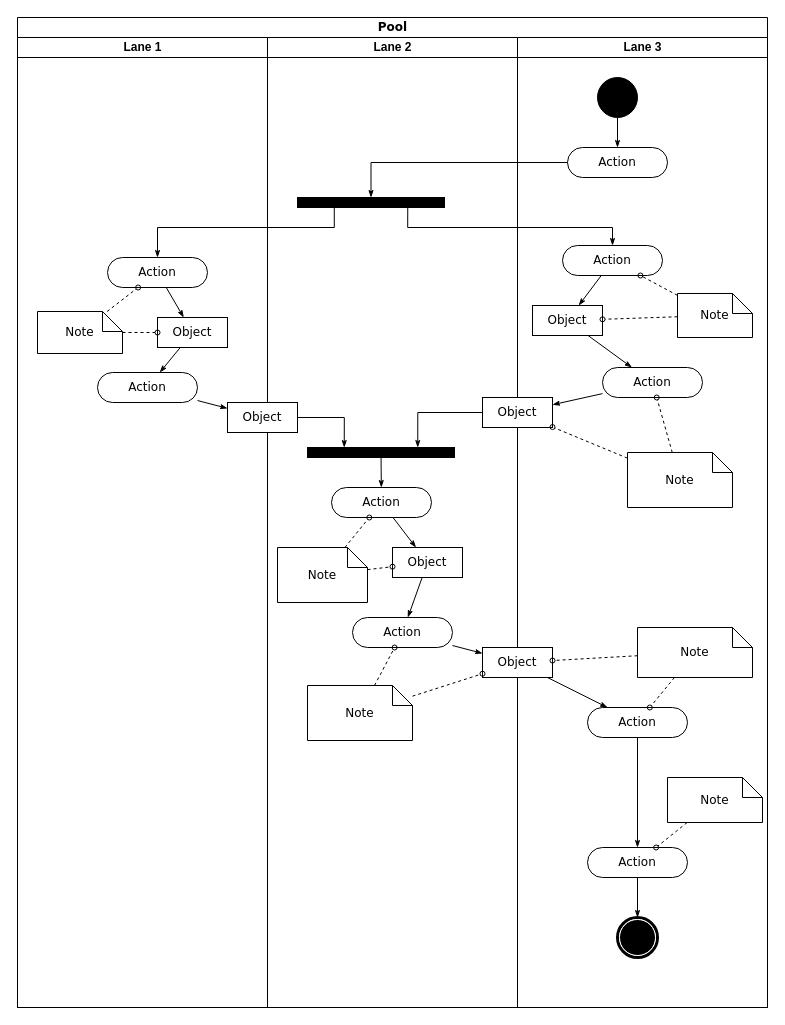
Above: Untitled Diagram.drawio in shamarnelson/COMP214O-Project (draw.io), before the change. Source tidied: cells renumbered, new cells numbered last; positions are measured from the earlier drawing's top-left corner, leaving out a move shared by most shapes. Both pictures are drawn from the tidied source at 100%, with x=0, y=0 at pixel (17, 17).
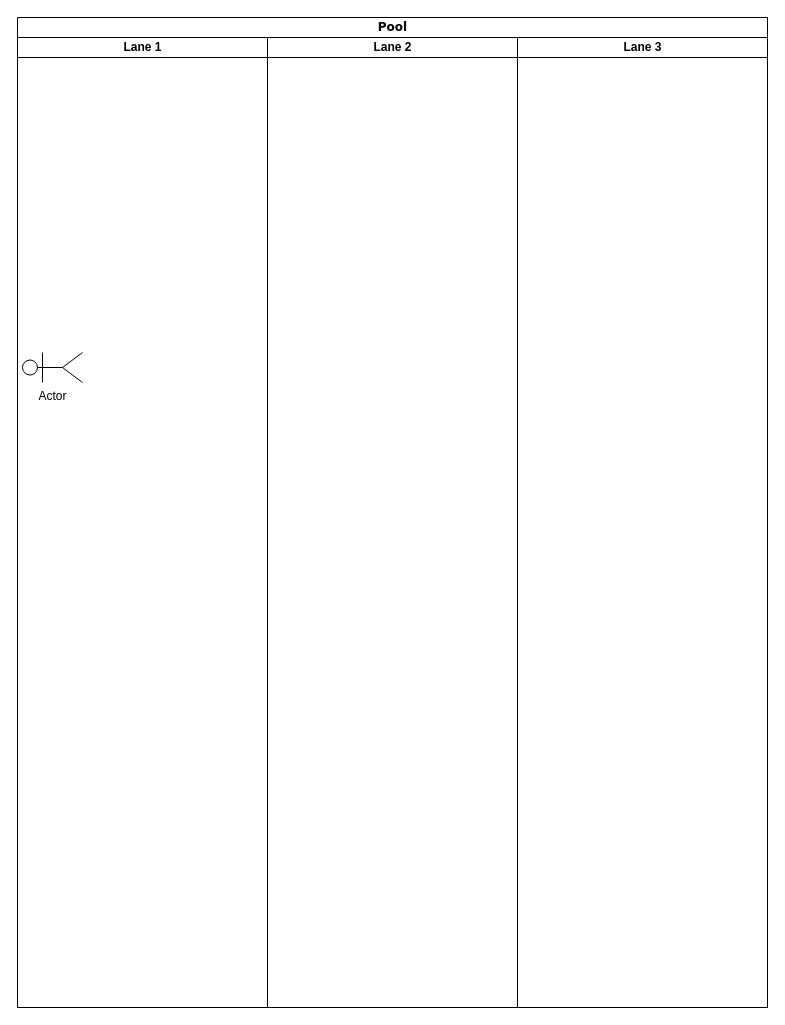
The same page after the edit.

Commit message:
Edited Use Case Diagram

Unchanged cells that the change refers to:
```xml
<mxCell id="2" value="Pool" style="swimlane;html=1;startSize=20;rounded=0;shadow=0;comic=0;labelBackgroundColor=none;strokeWidth=1;fontFamily=Verdana;fontSize=12;align=center;" parent="1" vertex="1">
  <mxGeometry width="750" height="990" as="geometry" />
</mxCell>
<mxCell id="3" value="Lane 1" style="swimlane;html=1;startSize=20;" parent="2" vertex="1">
  <mxGeometry y="20" width="250" height="970" as="geometry" />
</mxCell>
<mxCell id="12" value="Lane 2" style="swimlane;html=1;startSize=20;" parent="2" vertex="1">
  <mxGeometry x="250" y="20" width="250" height="970" as="geometry" />
</mxCell>
<mxCell id="28" value="Lane 3" style="swimlane;html=1;startSize=20;" parent="2" vertex="1">
  <mxGeometry x="500" y="20" width="250" height="970" as="geometry" />
</mxCell>
```

Change to the diagram source:
```diff
@@
-    <mxCell id="4" style="edgeStyle=none;rounded=0;html=1;labelBackgroundColor=none;startArrow=none;startFill=0;startSize=5;endArrow=classicThin;endFill=1;endSize=5;jettySize=auto;strokeWidth=1;fontFamily=Verdana;fontSize=12;" parent="3" edge="1" source="5" target="8">
-      <mxGeometry relative="1" as="geometry" />
-    </mxCell>
-    <mxCell id="5" value="Action" style="rounded=1;whiteSpace=wrap;html=1;shadow=0;comic=0;labelBackgroundColor=none;strokeWidth=1;fontFamily=Verdana;fontSize=12;align=center;arcSize=50;" parent="3" vertex="1">
-      <mxGeometry x="90" y="220" width="100" height="30" as="geometry" />
-    </mxCell>
-    <mxCell id="6" value="Action" style="rounded=1;whiteSpace=wrap;html=1;shadow=0;comic=0;labelBackgroundColor=none;strokeWidth=1;fontFamily=Verdana;fontSize=12;align=center;arcSize=50;" parent="3" vertex="1">
-      <mxGeometry x="80" y="335" width="100" height="30" as="geometry" />
-    </mxCell>
-    <mxCell id="7" style="edgeStyle=none;rounded=0;html=1;labelBackgroundColor=none;startArrow=none;startFill=0;startSize=5;endArrow=classicThin;endFill=1;endSize=5;jettySize=auto;strokeWidth=1;fontFamily=Verdana;fontSize=12;" parent="3" edge="1" source="8" target="6">
-      <mxGeometry relative="1" as="geometry" />
-    </mxCell>
-    <mxCell id="8" value="Object" style="rounded=0;whiteSpace=wrap;html=1;shadow=0;comic=0;labelBackgroundColor=none;strokeWidth=1;fontFamily=Verdana;fontSize=12;align=center;arcSize=50;" parent="3" vertex="1">
-      <mxGeometry x="140" y="280" width="70" height="30" as="geometry" />
-    </mxCell>
-    <mxCell id="9" style="edgeStyle=none;rounded=0;html=1;labelBackgroundColor=none;startArrow=none;startFill=0;startSize=5;endArrow=oval;endFill=0;endSize=5;jettySize=auto;strokeWidth=1;fontFamily=Verdana;fontSize=12;dashed=1;" parent="3" edge="1" source="11" target="5">
-      <mxGeometry relative="1" as="geometry" />
-    </mxCell>
-    <mxCell id="10" style="edgeStyle=none;rounded=0;html=1;dashed=1;labelBackgroundColor=none;startArrow=none;startFill=0;startSize=5;endArrow=oval;endFill=0;endSize=5;jettySize=auto;strokeWidth=1;fontFamily=Verdana;fontSize=12;" parent="3" edge="1" source="11" target="8">
-      <mxGeometry relative="1" as="geometry" />
-    </mxCell>
-    <mxCell id="11" value="Note" style="shape=note;whiteSpace=wrap;html=1;rounded=0;shadow=0;comic=0;labelBackgroundColor=none;strokeWidth=1;fontFamily=Verdana;fontSize=12;align=center;size=20;" parent="3" vertex="1">
-      <mxGeometry x="20" y="274" width="85" height="42" as="geometry" />
-    </mxCell>
+    <mxCell id="64" value="Actor" style="shape=umlActor;verticalLabelPosition=bottom;verticalAlign=top;html=1;direction=north;" parent="3" vertex="1">
+      <mxGeometry x="5" y="315" width="60" height="30" as="geometry" />
+    </mxCell>
@@
-    <mxCell id="13" style="whiteSpace=wrap;html=1;rounded=0;shadow=0;comic=0;labelBackgroundColor=none;strokeWidth=1;fillColor=#000000;fontFamily=Verdana;fontSize=12;align=center;rotation=0;" parent="12" vertex="1">
-      <mxGeometry x="30" y="160" width="147" height="10" as="geometry" />
-    </mxCell>
-    <mxCell id="14" style="edgeStyle=none;rounded=0;html=1;labelBackgroundColor=none;startArrow=none;startFill=0;startSize=5;endArrow=classicThin;endFill=1;endSize=5;jettySize=auto;strokeWidth=1;fontFamily=Verdana;fontSize=12;" parent="12" edge="1" source="15" target="21">
-      <mxGeometry relative="1" as="geometry" />
-    </mxCell>
-    <mxCell id="15" value="Action" style="rounded=1;whiteSpace=wrap;html=1;shadow=0;comic=0;labelBackgroundColor=none;strokeWidth=1;fontFamily=Verdana;fontSize=12;align=center;arcSize=50;" parent="12" vertex="1">
-      <mxGeometry x="64" y="450" width="100" height="30" as="geometry" />
-    </mxCell>
-    <mxCell id="16" style="edgeStyle=none;rounded=0;html=1;labelBackgroundColor=none;startArrow=none;startFill=0;startSize=5;endArrow=classicThin;endFill=1;endSize=5;jettySize=auto;strokeWidth=1;fontFamily=Verdana;fontSize=12;" parent="12" edge="1" source="17" target="15">
-      <mxGeometry relative="1" as="geometry" />
-    </mxCell>
-    <mxCell id="17" style="whiteSpace=wrap;html=1;rounded=0;shadow=0;comic=0;labelBackgroundColor=none;strokeWidth=1;fillColor=#000000;fontFamily=Verdana;fontSize=12;align=center;rotation=0;" parent="12" vertex="1">
-      <mxGeometry x="40" y="410" width="147" height="10" as="geometry" />
-    </mxCell>
-    <mxCell id="18" style="edgeStyle=orthogonalEdgeStyle;rounded=0;html=1;entryX=0.25;entryY=0;labelBackgroundColor=none;startArrow=none;startFill=0;startSize=5;endArrow=classicThin;endFill=1;endSize=5;jettySize=auto;strokeWidth=1;fontFamily=Verdana;fontSize=12;" parent="12" edge="1" source="19" target="17">
-      <mxGeometry relative="1" as="geometry" />
-    </mxCell>
-    <mxCell id="19" value="Object" style="rounded=0;whiteSpace=wrap;html=1;shadow=0;comic=0;labelBackgroundColor=none;strokeWidth=1;fontFamily=Verdana;fontSize=12;align=center;arcSize=50;" parent="12" vertex="1">
-      <mxGeometry x="-40" y="365" width="70" height="30" as="geometry" />
-    </mxCell>
-    <mxCell id="20" style="edgeStyle=none;rounded=0;html=1;labelBackgroundColor=none;startArrow=none;startFill=0;startSize=5;endArrow=classicThin;endFill=1;endSize=5;jettySize=auto;strokeWidth=1;fontFamily=Verdana;fontSize=12;" parent="12" edge="1" source="21" target="22">
-      <mxGeometry relative="1" as="geometry" />
-    </mxCell>
-    <mxCell id="21" value="Object" style="rounded=0;whiteSpace=wrap;html=1;shadow=0;comic=0;labelBackgroundColor=none;strokeWidth=1;fontFamily=Verdana;fontSize=12;align=center;arcSize=50;" parent="12" vertex="1">
-      <mxGeometry x="125" y="510" width="70" height="30" as="geometry" />
-    </mxCell>
-    <mxCell id="22" value="Action" style="rounded=1;whiteSpace=wrap;html=1;shadow=0;comic=0;labelBackgroundColor=none;strokeWidth=1;fontFamily=Verdana;fontSize=12;align=center;arcSize=50;" parent="12" vertex="1">
-      <mxGeometry x="85" y="580" width="100" height="30" as="geometry" />
-    </mxCell>
-    <mxCell id="23" style="edgeStyle=none;rounded=0;html=1;dashed=1;labelBackgroundColor=none;startArrow=none;startFill=0;startSize=5;endArrow=oval;endFill=0;endSize=5;jettySize=auto;strokeWidth=1;fontFamily=Verdana;fontSize=12;" parent="12" edge="1" source="25" target="15">
-      <mxGeometry relative="1" as="geometry" />
-    </mxCell>
-    <mxCell id="24" style="edgeStyle=none;rounded=0;html=1;dashed=1;labelBackgroundColor=none;startArrow=none;startFill=0;startSize=5;endArrow=oval;endFill=0;endSize=5;jettySize=auto;strokeWidth=1;fontFamily=Verdana;fontSize=12;" parent="12" edge="1" source="25" target="21">
-      <mxGeometry relative="1" as="geometry" />
-    </mxCell>
-    <mxCell id="25" value="Note" style="shape=note;whiteSpace=wrap;html=1;rounded=0;shadow=0;comic=0;labelBackgroundColor=none;strokeWidth=1;fontFamily=Verdana;fontSize=12;align=center;size=20;" parent="12" vertex="1">
-      <mxGeometry x="10" y="510" width="90" height="55" as="geometry" />
-    </mxCell>
-    <mxCell id="26" style="edgeStyle=none;rounded=0;html=1;dashed=1;labelBackgroundColor=none;startArrow=none;startFill=0;startSize=5;endArrow=oval;endFill=0;endSize=5;jettySize=auto;strokeWidth=1;fontFamily=Verdana;fontSize=12;" parent="12" edge="1" source="27" target="22">
-      <mxGeometry relative="1" as="geometry" />
-    </mxCell>
-    <mxCell id="27" value="Note" style="shape=note;whiteSpace=wrap;html=1;rounded=0;shadow=0;comic=0;labelBackgroundColor=none;strokeWidth=1;fontFamily=Verdana;fontSize=12;align=center;size=20;" parent="12" vertex="1">
-      <mxGeometry x="40" y="648" width="105" height="55" as="geometry" />
-    </mxCell>
@@
-    <mxCell id="29" style="edgeStyle=orthogonalEdgeStyle;rounded=0;html=1;labelBackgroundColor=none;startArrow=none;startFill=0;startSize=5;endArrow=classicThin;endFill=1;endSize=5;jettySize=auto;strokeWidth=1;fontFamily=Verdana;fontSize=12;" parent="28" edge="1" source="30" target="31">
-      <mxGeometry relative="1" as="geometry" />
-    </mxCell>
-    <mxCell id="30" style="ellipse;whiteSpace=wrap;html=1;rounded=0;shadow=0;comic=0;labelBackgroundColor=none;strokeWidth=1;fillColor=#000000;fontFamily=Verdana;fontSize=12;align=center;" parent="28" vertex="1">
-      <mxGeometry x="80" y="40" width="40" height="40" as="geometry" />
-    </mxCell>
-    <mxCell id="31" value="Action" style="rounded=1;whiteSpace=wrap;html=1;shadow=0;comic=0;labelBackgroundColor=none;strokeWidth=1;fontFamily=Verdana;fontSize=12;align=center;arcSize=50;" parent="28" vertex="1">
-      <mxGeometry x="50" y="110" width="100" height="30" as="geometry" />
-    </mxCell>
-    <mxCell id="32" style="rounded=0;html=1;labelBackgroundColor=none;startArrow=none;startFill=0;startSize=5;endArrow=classicThin;endFill=1;endSize=5;jettySize=auto;strokeWidth=1;fontFamily=Verdana;fontSize=12;" parent="28" edge="1" source="33" target="37">
-      <mxGeometry relative="1" as="geometry" />
-    </mxCell>
-    <mxCell id="33" value="Action" style="rounded=1;whiteSpace=wrap;html=1;shadow=0;comic=0;labelBackgroundColor=none;strokeWidth=1;fontFamily=Verdana;fontSize=12;align=center;arcSize=50;" parent="28" vertex="1">
-      <mxGeometry x="45" y="208" width="100" height="30" as="geometry" />
-    </mxCell>
-    <mxCell id="34" style="edgeStyle=none;rounded=0;html=1;labelBackgroundColor=none;startArrow=none;startFill=0;startSize=5;endArrow=classicThin;endFill=1;endSize=5;jettySize=auto;strokeWidth=1;fontFamily=Verdana;fontSize=12;" parent="28" edge="1" source="35" target="38">
-      <mxGeometry relative="1" as="geometry" />
-    </mxCell>
-    <mxCell id="35" value="Action" style="rounded=1;whiteSpace=wrap;html=1;shadow=0;comic=0;labelBackgroundColor=none;strokeWidth=1;fontFamily=Verdana;fontSize=12;align=center;arcSize=50;" parent="28" vertex="1">
-      <mxGeometry x="85" y="330" width="100" height="30" as="geometry" />
-    </mxCell>
-    <mxCell id="36" style="edgeStyle=none;rounded=0;html=1;labelBackgroundColor=none;startArrow=none;startFill=0;startSize=5;endArrow=classicThin;endFill=1;endSize=5;jettySize=auto;strokeWidth=1;fontFamily=Verdana;fontSize=12;" parent="28" edge="1" source="37" target="35">
-      <mxGeometry relative="1" as="geometry" />
-    </mxCell>
-    <mxCell id="37" value="Object" style="rounded=0;whiteSpace=wrap;html=1;shadow=0;comic=0;labelBackgroundColor=none;strokeWidth=1;fontFamily=Verdana;fontSize=12;align=center;arcSize=50;" parent="28" vertex="1">
-      <mxGeometry x="15" y="268" width="70" height="30" as="geometry" />
-    </mxCell>
-    <mxCell id="38" value="Object" style="rounded=0;whiteSpace=wrap;html=1;shadow=0;comic=0;labelBackgroundColor=none;strokeWidth=1;fontFamily=Verdana;fontSize=12;align=center;arcSize=50;" parent="28" vertex="1">
-      <mxGeometry x="-35" y="360" width="70" height="30" as="geometry" />
-    </mxCell>
-    <mxCell id="39" style="edgeStyle=none;rounded=0;html=1;labelBackgroundColor=none;startArrow=none;startFill=0;startSize=5;endArrow=classicThin;endFill=1;endSize=5;jettySize=auto;strokeWidth=1;fontFamily=Verdana;fontSize=12;" parent="28" edge="1" source="40" target="42">
-      <mxGeometry relative="1" as="geometry" />
-    </mxCell>
-    <mxCell id="40" value="Object" style="rounded=0;whiteSpace=wrap;html=1;shadow=0;comic=0;labelBackgroundColor=none;strokeWidth=1;fontFamily=Verdana;fontSize=12;align=center;arcSize=50;" parent="28" vertex="1">
-      <mxGeometry x="-35" y="610" width="70" height="30" as="geometry" />
-    </mxCell>
-    <mxCell id="41" style="edgeStyle=none;rounded=0;html=1;labelBackgroundColor=none;startArrow=none;startFill=0;startSize=5;endArrow=classicThin;endFill=1;endSize=5;jettySize=auto;strokeWidth=1;fontFamily=Verdana;fontSize=12;" parent="28" edge="1" source="42" target="44">
-      <mxGeometry relative="1" as="geometry" />
-    </mxCell>
-    <mxCell id="42" value="Action" style="rounded=1;whiteSpace=wrap;html=1;shadow=0;comic=0;labelBackgroundColor=none;strokeWidth=1;fontFamily=Verdana;fontSize=12;align=center;arcSize=50;" parent="28" vertex="1">
-      <mxGeometry x="70" y="670" width="100" height="30" as="geometry" />
-    </mxCell>
-    <mxCell id="43" style="edgeStyle=none;rounded=0;html=1;labelBackgroundColor=none;startArrow=none;startFill=0;startSize=5;endArrow=classicThin;endFill=1;endSize=5;jettySize=auto;strokeWidth=1;fontFamily=Verdana;fontSize=12;" parent="28" edge="1" source="44" target="45">
-      <mxGeometry relative="1" as="geometry" />
-    </mxCell>
-    <mxCell id="44" value="Action" style="rounded=1;whiteSpace=wrap;html=1;shadow=0;comic=0;labelBackgroundColor=none;strokeWidth=1;fontFamily=Verdana;fontSize=12;align=center;arcSize=50;" parent="28" vertex="1">
-      <mxGeometry x="70" y="810" width="100" height="30" as="geometry" />
-    </mxCell>
-    <mxCell id="45" style="shape=mxgraph.bpmn.shape;html=1;verticalLabelPosition=bottom;labelBackgroundColor=#ffffff;verticalAlign=top;perimeter=ellipsePerimeter;outline=end;symbol=terminate;rounded=0;shadow=0;comic=0;strokeWidth=1;fontFamily=Verdana;fontSize=12;align=center;" parent="28" vertex="1">
-      <mxGeometry x="100" y="880" width="40" height="40" as="geometry" />
-    </mxCell>
-    <mxCell id="46" style="edgeStyle=none;rounded=0;html=1;dashed=1;labelBackgroundColor=none;startArrow=none;startFill=0;startSize=5;endArrow=oval;endFill=0;endSize=5;jettySize=auto;strokeWidth=1;fontFamily=Verdana;fontSize=12;" parent="28" edge="1" source="48" target="33">
-      <mxGeometry relative="1" as="geometry" />
-    </mxCell>
-    <mxCell id="47" style="edgeStyle=none;rounded=0;html=1;dashed=1;labelBackgroundColor=none;startArrow=none;startFill=0;startSize=5;endArrow=oval;endFill=0;endSize=5;jettySize=auto;strokeWidth=1;fontFamily=Verdana;fontSize=12;" parent="28" edge="1" source="48" target="37">
-      <mxGeometry relative="1" as="geometry" />
-    </mxCell>
-    <mxCell id="48" value="Note" style="shape=note;whiteSpace=wrap;html=1;rounded=0;shadow=0;comic=0;labelBackgroundColor=none;strokeWidth=1;fontFamily=Verdana;fontSize=12;align=center;size=20;" parent="28" vertex="1">
-      <mxGeometry x="160" y="256" width="75" height="44" as="geometry" />
-    </mxCell>
-    <mxCell id="49" style="edgeStyle=none;rounded=0;html=1;dashed=1;labelBackgroundColor=none;startArrow=none;startFill=0;startSize=5;endArrow=oval;endFill=0;endSize=5;jettySize=auto;strokeWidth=1;fontFamily=Verdana;fontSize=12;" parent="28" edge="1" source="51" target="35">
-      <mxGeometry relative="1" as="geometry" />
-    </mxCell>
-    <mxCell id="50" style="edgeStyle=none;rounded=0;html=1;dashed=1;labelBackgroundColor=none;startArrow=none;startFill=0;startSize=5;endArrow=oval;endFill=0;endSize=5;jettySize=auto;strokeWidth=1;fontFamily=Verdana;fontSize=12;" parent="28" edge="1" source="51" target="38">
-      <mxGeometry relative="1" as="geometry" />
-    </mxCell>
-    <mxCell id="51" value="Note" style="shape=note;whiteSpace=wrap;html=1;rounded=0;shadow=0;comic=0;labelBackgroundColor=none;strokeWidth=1;fontFamily=Verdana;fontSize=12;align=center;size=20;" parent="28" vertex="1">
-      <mxGeometry x="110" y="415" width="105" height="55" as="geometry" />
-    </mxCell>
-    <mxCell id="52" style="edgeStyle=none;rounded=0;html=1;dashed=1;labelBackgroundColor=none;startArrow=none;startFill=0;startSize=5;endArrow=oval;endFill=0;endSize=5;jettySize=auto;strokeWidth=1;fontFamily=Verdana;fontSize=12;" parent="28" edge="1" source="54" target="42">
-      <mxGeometry relative="1" as="geometry" />
-    </mxCell>
-    <mxCell id="53" style="edgeStyle=none;rounded=0;html=1;dashed=1;labelBackgroundColor=none;startArrow=none;startFill=0;startSize=5;endArrow=oval;endFill=0;endSize=5;jettySize=auto;strokeWidth=1;fontFamily=Verdana;fontSize=12;" parent="28" edge="1" source="54" target="40">
-      <mxGeometry relative="1" as="geometry" />
-    </mxCell>
-    <mxCell id="54" value="Note" style="shape=note;whiteSpace=wrap;html=1;rounded=0;shadow=0;comic=0;labelBackgroundColor=none;strokeWidth=1;fontFamily=Verdana;fontSize=12;align=center;size=20;" parent="28" vertex="1">
-      <mxGeometry x="120" y="590" width="115" height="50" as="geometry" />
-    </mxCell>
-    <mxCell id="55" style="edgeStyle=none;rounded=0;html=1;dashed=1;labelBackgroundColor=none;startArrow=none;startFill=0;startSize=5;endArrow=oval;endFill=0;endSize=5;jettySize=auto;strokeWidth=1;fontFamily=Verdana;fontSize=12;" parent="28" edge="1" source="56" target="44">
-      <mxGeometry relative="1" as="geometry" />
-    </mxCell>
-    <mxCell id="56" value="Note" style="shape=note;whiteSpace=wrap;html=1;rounded=0;shadow=0;comic=0;labelBackgroundColor=none;strokeWidth=1;fontFamily=Verdana;fontSize=12;align=center;size=20;" parent="28" vertex="1">
-      <mxGeometry x="150" y="740" width="95" height="45" as="geometry" />
-    </mxCell>
-    <mxCell id="57" style="edgeStyle=orthogonalEdgeStyle;rounded=0;html=1;entryX=0.5;entryY=0;labelBackgroundColor=none;startArrow=none;startFill=0;startSize=5;endArrow=classicThin;endFill=1;endSize=5;jettySize=auto;strokeWidth=1;fontFamily=Verdana;fontSize=12;" parent="2" edge="1" source="31" target="13">
-      <mxGeometry relative="1" as="geometry">
-        <Array as="points">
-          <mxPoint x="354" y="145" />
-        </Array>
-      </mxGeometry>
-    </mxCell>
-    <mxCell id="58" style="edgeStyle=orthogonalEdgeStyle;rounded=0;html=1;exitX=0.75;exitY=1;labelBackgroundColor=none;startArrow=none;startFill=0;startSize=5;endArrow=classicThin;endFill=1;endSize=5;jettySize=auto;strokeWidth=1;fontFamily=Verdana;fontSize=12;" parent="2" edge="1" source="13" target="33">
-      <mxGeometry relative="1" as="geometry">
-        <Array as="points">
-          <mxPoint x="390" y="210" />
-          <mxPoint x="595" y="210" />
-        </Array>
-      </mxGeometry>
-    </mxCell>
-    <mxCell id="59" style="edgeStyle=orthogonalEdgeStyle;rounded=0;html=1;exitX=0.25;exitY=1;entryX=0.5;entryY=0;labelBackgroundColor=none;startArrow=none;startFill=0;startSize=5;endArrow=classicThin;endFill=1;endSize=5;jettySize=auto;strokeWidth=1;fontFamily=Verdana;fontSize=12;" parent="2" edge="1" source="13" target="5">
-      <mxGeometry relative="1" as="geometry">
-        <Array as="points">
-          <mxPoint x="317" y="210" />
-          <mxPoint x="140" y="210" />
-        </Array>
-      </mxGeometry>
-    </mxCell>
-    <mxCell id="60" style="edgeStyle=orthogonalEdgeStyle;rounded=0;html=1;entryX=0.75;entryY=0;labelBackgroundColor=none;startArrow=none;startFill=0;startSize=5;endArrow=classicThin;endFill=1;endSize=5;jettySize=auto;strokeWidth=1;fontFamily=Verdana;fontSize=12;" parent="2" edge="1" source="38" target="17">
-      <mxGeometry relative="1" as="geometry" />
-    </mxCell>
-    <mxCell id="61" style="edgeStyle=none;rounded=0;html=1;labelBackgroundColor=none;startArrow=none;startFill=0;startSize=5;endArrow=classicThin;endFill=1;endSize=5;jettySize=auto;strokeWidth=1;fontFamily=Verdana;fontSize=12;" parent="2" edge="1" source="6" target="19">
-      <mxGeometry relative="1" as="geometry" />
-    </mxCell>
-    <mxCell id="62" style="edgeStyle=none;rounded=0;html=1;labelBackgroundColor=none;startArrow=none;startFill=0;startSize=5;endArrow=classicThin;endFill=1;endSize=5;jettySize=auto;strokeWidth=1;fontFamily=Verdana;fontSize=12;" parent="2" edge="1" source="22" target="40">
-      <mxGeometry relative="1" as="geometry" />
-    </mxCell>
-    <mxCell id="63" style="edgeStyle=none;rounded=0;html=1;dashed=1;labelBackgroundColor=none;startArrow=none;startFill=0;startSize=5;endArrow=oval;endFill=0;endSize=5;jettySize=auto;strokeWidth=1;fontFamily=Verdana;fontSize=12;" parent="2" edge="1" source="27" target="40">
-      <mxGeometry relative="1" as="geometry" />
-    </mxCell>
```
